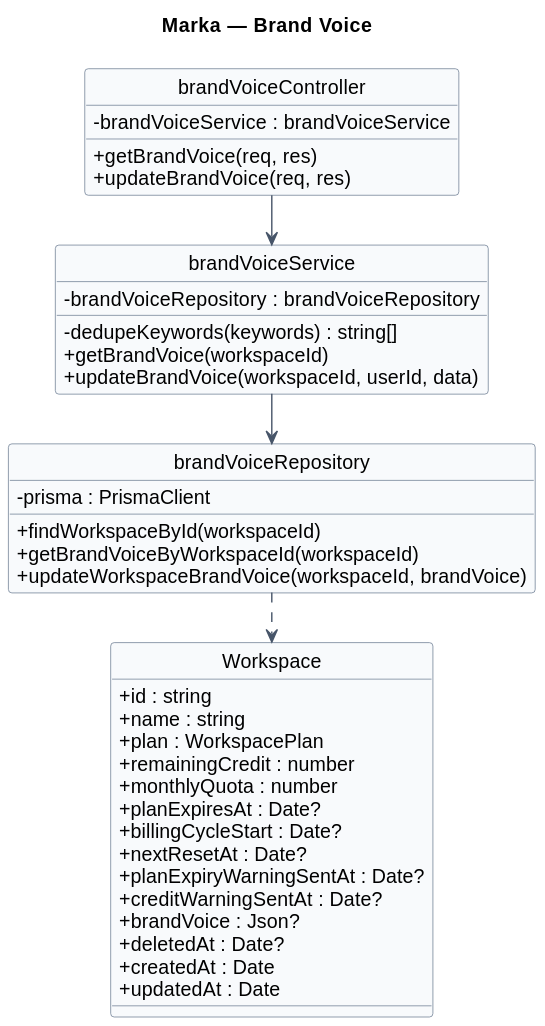
Before: docs/diagrams/03-brandvoice.svg, a diagram exported from PlantUML (Pham-Hong-Ky/marka-capstone).
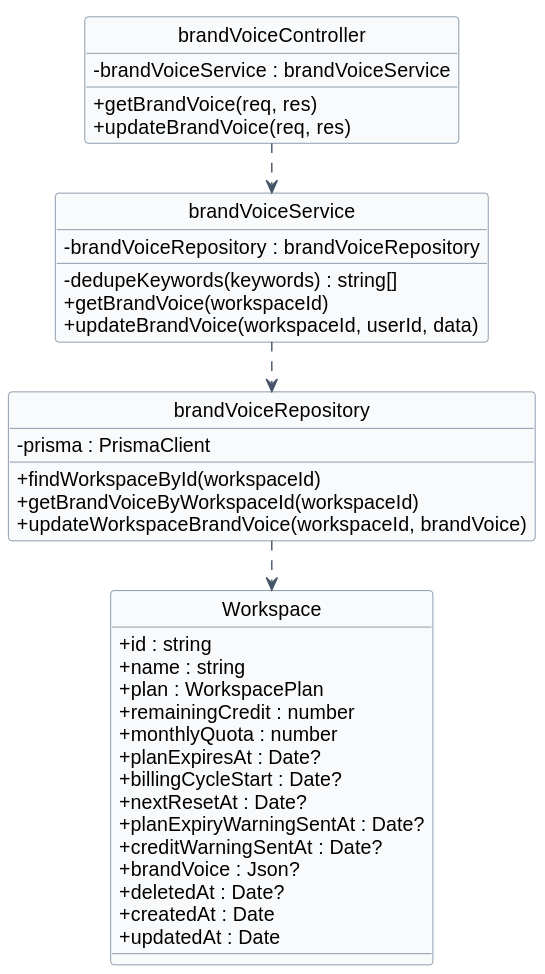
After the change.

The edit, as a diff of the source:
```diff
@@ -2,7 +2,6 @@
 hide circle
 hide stereotype
 !pragma layout smetana
-title Marka — Brand Voice
 
 skinparam classAttributeIconSize 0
 skinparam linetype ortho
@@ -53,7 +52,7 @@
   + updateWorkspaceBrandVoice(workspaceId, brandVoice)
 }
 
-brandVoiceController --> brandVoiceService
-brandVoiceService --> brandVoiceRepository
+brandVoiceController ..> brandVoiceService
+brandVoiceService ..> brandVoiceRepository
 brandVoiceRepository ..> Workspace
 @enduml
```
